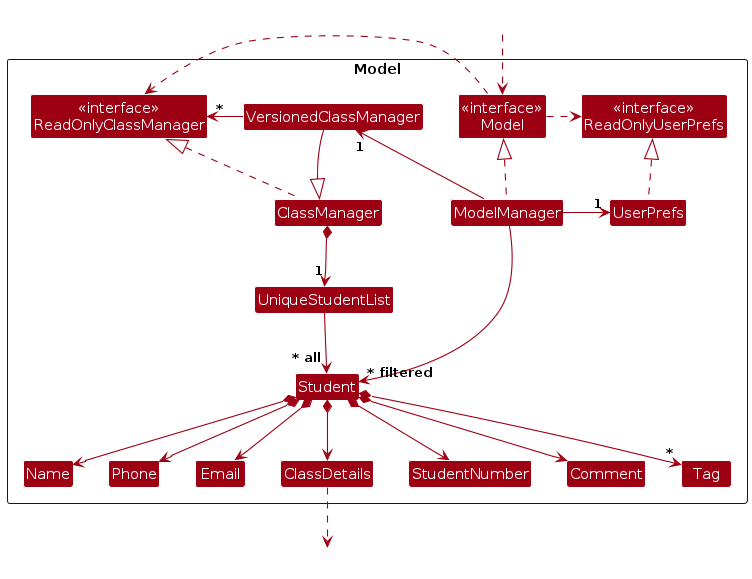
AY2324S1-CS2103T-T11-1/tp keeps this PlantUML diagram as diagrams/ModelClassDiagram.png. Above is the earlier version. Its source is kept beside it as diagrams/ModelClassDiagram.puml.
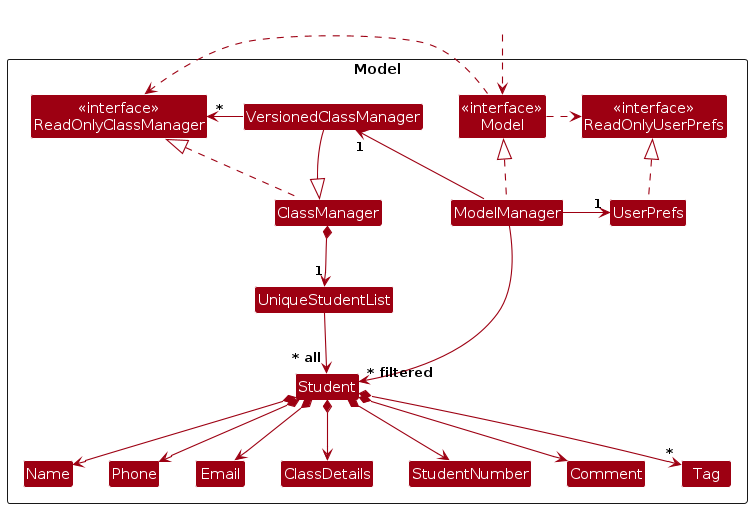
The same diagram one commit later.

Diff of the diagram source:
```diff
@@ -59,8 +59,5 @@
 ClassDetails -[hidden]right-> StudentNumber
 StudentNumber -[hidden]right-> Comment
 
-Class HiddenClassDetails #FFFFFF
-ClassDetails ..> HiddenClassDetails
-
 ModelManager ---> "~* filtered" Student
 @enduml
```
